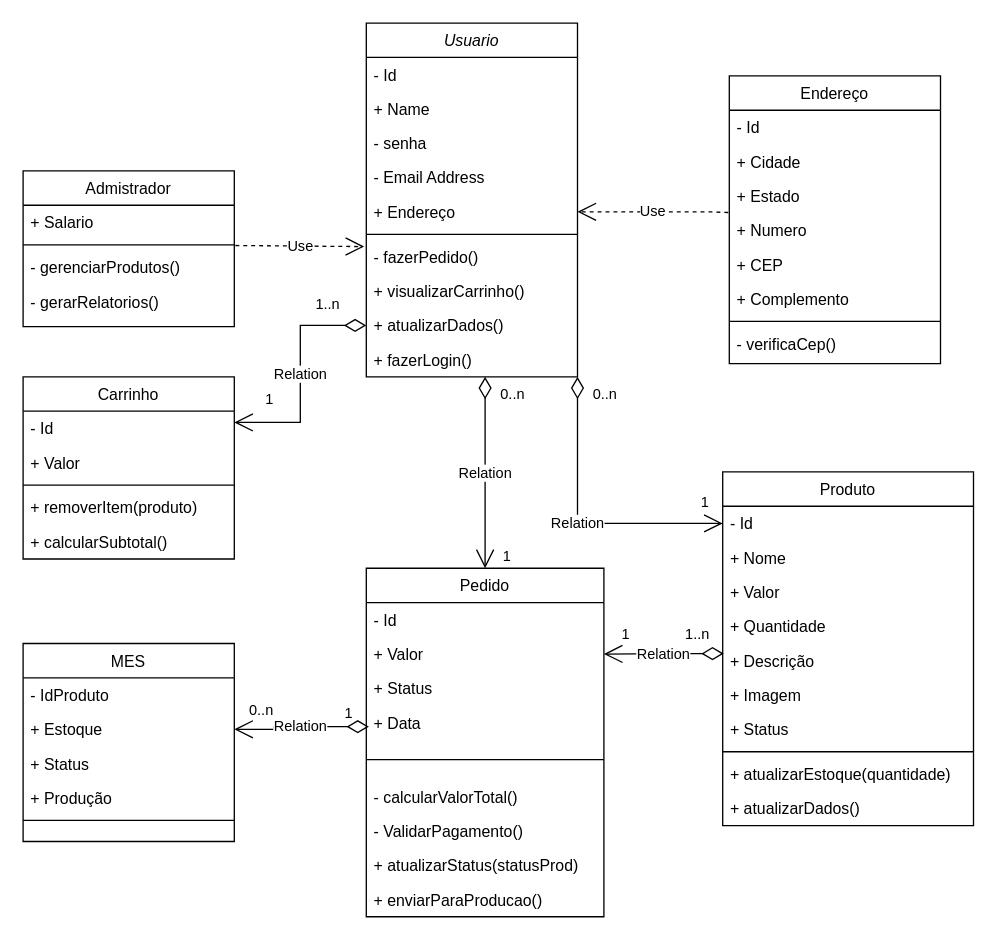
This is Diagrama de classe.drawio from Akil23-alt/Diagrama-de-classe, a draw.io file, before an edit. Source tidied: cells renumbered, new cells numbered last; positions are measured from the earlier drawing's top-left corner, leaving out a move shared by most shapes. Both pictures are drawn from the tidied source at 132%, with x=0, y=0 at pixel (22, 22).
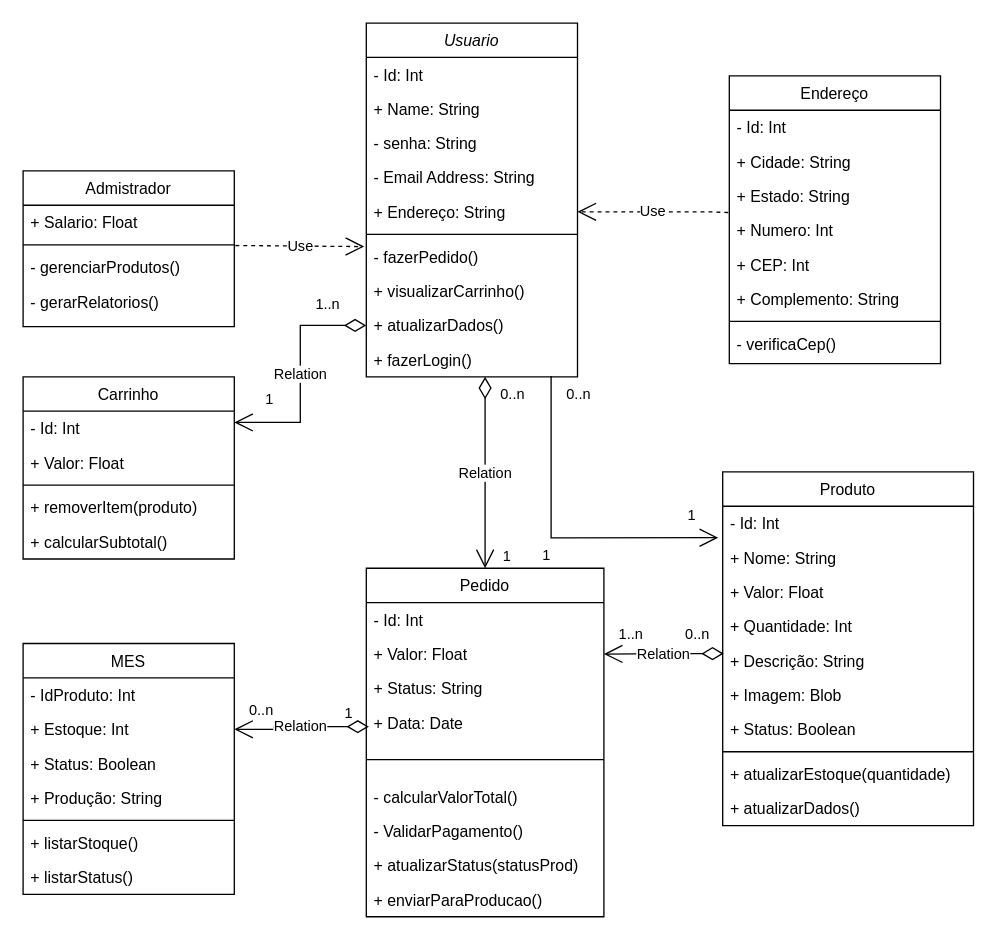
Above is the later version.

Unchanged cells that the change refers to:
```xml
<mxCell id="2" value="Usuario" style="swimlane;fontStyle=2;align=center;verticalAlign=top;horizontal=1;startSize=26;rounded=0;shadow=0;strokeWidth=1;" parent="1" vertex="1">
  <mxGeometry x="260" width="160" height="268" as="geometry" />
</mxCell>
<mxCell id="12" value="+ fazerLogin()" style="text;align=left;verticalAlign=top;spacingLeft=4;spacingRight=4;overflow=hidden;points=[[0,0.5],[1,0.5]];portConstraint=eastwest;" parent="2" vertex="1">
  <mxGeometry y="242" width="160" height="26" as="geometry" />
</mxCell>
<mxCell id="13" value="Endereço" style="swimlane;fontStyle=0;align=center;verticalAlign=top;horizontal=1;startSize=26;rounded=0;shadow=0;strokeWidth=1;" parent="1" vertex="1">
  <mxGeometry x="535" y="40" width="160" height="218" as="geometry" />
</mxCell>
<mxCell id="22" value="Admistrador" style="swimlane;fontStyle=0;align=center;verticalAlign=top;horizontal=1;startSize=26;rounded=0;shadow=0;strokeWidth=1;" parent="1" vertex="1">
  <mxGeometry y="112" width="160" height="118" as="geometry" />
</mxCell>
<mxCell id="27" value="Produto" style="swimlane;fontStyle=0;align=center;verticalAlign=top;horizontal=1;startSize=26;rounded=0;shadow=0;strokeWidth=1;" parent="1" vertex="1">
  <mxGeometry x="530" y="340" width="190" height="268" as="geometry" />
</mxCell>
<mxCell id="38" value="Carrinho" style="swimlane;fontStyle=0;align=center;verticalAlign=top;horizontal=1;startSize=26;rounded=0;shadow=0;strokeWidth=1;" parent="1" vertex="1">
  <mxGeometry y="268" width="160" height="138" as="geometry" />
</mxCell>
<mxCell id="50" value="Pedido" style="swimlane;fontStyle=0;align=center;verticalAlign=top;horizontal=1;startSize=26;rounded=0;shadow=0;strokeWidth=1;" parent="1" vertex="1">
  <mxGeometry x="260" y="413" width="180" height="264" as="geometry" />
</mxCell>
<mxCell id="74" value="Relation" style="endArrow=open;html=1;endSize=12;startArrow=diamondThin;startSize=14;startFill=0;edgeStyle=orthogonalEdgeStyle;rounded=0;entryX=1;entryY=0.5;entryDx=0;entryDy=0;exitX=0.004;exitY=0.295;exitDx=0;exitDy=0;exitPerimeter=0;" parent="1" edge="1" source="32" target="52">
  <mxGeometry relative="1" as="geometry" />
</mxCell>
```

What changed in the source:
```diff
@@
-    <mxCell id="3" value="- Id" style="text;align=left;verticalAlign=top;spacingLeft=4;spacingRight=4;overflow=hidden;rounded=0;shadow=0;html=0;" parent="2" vertex="1">
+    <mxCell id="3" value="- Id: Int" style="text;align=left;verticalAlign=top;spacingLeft=4;spacingRight=4;overflow=hidden;rounded=0;shadow=0;html=0;" parent="2" vertex="1">
       <mxGeometry y="26" width="160" height="26" as="geometry" />
     </mxCell>
-    <mxCell id="4" value="+ Name" style="text;align=left;verticalAlign=top;spacingLeft=4;spacingRight=4;overflow=hidden;" parent="2" vertex="1">
+    <mxCell id="4" value="+ Name: String" style="text;align=left;verticalAlign=top;spacingLeft=4;spacingRight=4;overflow=hidden;" parent="2" vertex="1">
       <mxGeometry y="52" width="160" height="26" as="geometry" />
     </mxCell>
-    <mxCell id="5" value="- senha" style="text;align=left;verticalAlign=top;spacingLeft=4;spacingRight=4;overflow=hidden;rounded=0;shadow=0;html=0;" parent="2" vertex="1">
+    <mxCell id="5" value="- senha: String" style="text;align=left;verticalAlign=top;spacingLeft=4;spacingRight=4;overflow=hidden;rounded=0;shadow=0;html=0;" parent="2" vertex="1">
       <mxGeometry y="78" width="160" height="26" as="geometry" />
     </mxCell>
-    <mxCell id="6" value="- Email Address" style="text;align=left;verticalAlign=top;spacingLeft=4;spacingRight=4;overflow=hidden;rounded=0;shadow=0;html=0;" parent="2" vertex="1">
+    <mxCell id="6" value="- Email Address: String" style="text;align=left;verticalAlign=top;spacingLeft=4;spacingRight=4;overflow=hidden;rounded=0;shadow=0;html=0;" parent="2" vertex="1">
       <mxGeometry y="104" width="160" height="26" as="geometry" />
     </mxCell>
-    <mxCell id="7" value="+ Endereço" style="text;align=left;verticalAlign=top;spacingLeft=4;spacingRight=4;overflow=hidden;points=[[0,0.5],[1,0.5]];portConstraint=eastwest;rounded=0;shadow=0;html=0;" parent="2" vertex="1">
+    <mxCell id="7" value="+ Endereço: String" style="text;align=left;verticalAlign=top;spacingLeft=4;spacingRight=4;overflow=hidden;points=[[0,0.5],[1,0.5]];portConstraint=eastwest;rounded=0;shadow=0;html=0;" parent="2" vertex="1">
       <mxGeometry y="130" width="160" height="26" as="geometry" />
     </mxCell>
@@
-    <mxCell id="14" value="- Id" style="text;align=left;verticalAlign=top;spacingLeft=4;spacingRight=4;overflow=hidden;rounded=0;shadow=0;html=0;" parent="13" vertex="1">
+    <mxCell id="14" value="- Id: Int" style="text;align=left;verticalAlign=top;spacingLeft=4;spacingRight=4;overflow=hidden;rounded=0;shadow=0;html=0;" parent="13" vertex="1">
       <mxGeometry y="26" width="160" height="26" as="geometry" />
     </mxCell>
-    <mxCell id="15" value="+ Cidade" style="text;align=left;verticalAlign=top;spacingLeft=4;spacingRight=4;overflow=hidden;rounded=0;shadow=0;html=0;" parent="13" vertex="1">
+    <mxCell id="15" value="+ Cidade: String" style="text;align=left;verticalAlign=top;spacingLeft=4;spacingRight=4;overflow=hidden;rounded=0;shadow=0;html=0;" parent="13" vertex="1">
       <mxGeometry y="52" width="160" height="26" as="geometry" />
     </mxCell>
-    <mxCell id="16" value="+ Estado" style="text;align=left;verticalAlign=top;spacingLeft=4;spacingRight=4;overflow=hidden;rounded=0;shadow=0;html=0;" parent="13" vertex="1">
+    <mxCell id="16" value="+ Estado: String" style="text;align=left;verticalAlign=top;spacingLeft=4;spacingRight=4;overflow=hidden;rounded=0;shadow=0;html=0;" parent="13" vertex="1">
       <mxGeometry y="78" width="160" height="26" as="geometry" />
     </mxCell>
-    <mxCell id="17" value="+ Numero" style="text;align=left;verticalAlign=top;spacingLeft=4;spacingRight=4;overflow=hidden;points=[[0,0.5],[1,0.5]];portConstraint=eastwest;rounded=0;shadow=0;html=0;" parent="13" vertex="1">
+    <mxCell id="17" value="+ Numero: Int" style="text;align=left;verticalAlign=top;spacingLeft=4;spacingRight=4;overflow=hidden;points=[[0,0.5],[1,0.5]];portConstraint=eastwest;rounded=0;shadow=0;html=0;" parent="13" vertex="1">
       <mxGeometry y="104" width="160" height="26" as="geometry" />
     </mxCell>
-    <mxCell id="18" value="+ CEP" style="text;align=left;verticalAlign=top;spacingLeft=4;spacingRight=4;overflow=hidden;" parent="13" vertex="1">
+    <mxCell id="18" value="+ CEP: Int" style="text;align=left;verticalAlign=top;spacingLeft=4;spacingRight=4;overflow=hidden;" parent="13" vertex="1">
       <mxGeometry y="130" width="160" height="26" as="geometry" />
     </mxCell>
-    <mxCell id="19" value="+ Complemento" style="text;align=left;verticalAlign=top;spacingLeft=4;spacingRight=4;overflow=hidden;rounded=0;shadow=0;html=0;" parent="13" vertex="1">
+    <mxCell id="19" value="+ Complemento: String" style="text;align=left;verticalAlign=top;spacingLeft=4;spacingRight=4;overflow=hidden;rounded=0;shadow=0;html=0;" parent="13" vertex="1">
       <mxGeometry y="156" width="160" height="26" as="geometry" />
     </mxCell>
@@
-    <mxCell id="23" value="+ Salario" style="text;align=left;verticalAlign=top;spacingLeft=4;spacingRight=4;overflow=hidden;" parent="22" vertex="1">
+    <mxCell id="23" value="+ Salario: Float" style="text;align=left;verticalAlign=top;spacingLeft=4;spacingRight=4;overflow=hidden;" parent="22" vertex="1">
       <mxGeometry y="26" width="160" height="26" as="geometry" />
     </mxCell>
@@
-    <mxCell id="28" value="- Id" style="text;align=left;verticalAlign=top;spacingLeft=4;spacingRight=4;overflow=hidden;points=[[0,0.5],[1,0.5]];portConstraint=eastwest;rounded=0;shadow=0;html=0;" parent="27" vertex="1">
+    <mxCell id="28" value="- Id: Int" style="text;align=left;verticalAlign=top;spacingLeft=4;spacingRight=4;overflow=hidden;points=[[0,0.5],[1,0.5]];portConstraint=eastwest;rounded=0;shadow=0;html=0;" parent="27" vertex="1">
       <mxGeometry y="26" width="190" height="26" as="geometry" />
     </mxCell>
-    <mxCell id="29" value="+ Nome" style="text;align=left;verticalAlign=top;spacingLeft=4;spacingRight=4;overflow=hidden;" parent="27" vertex="1">
+    <mxCell id="29" value="+ Nome: String" style="text;align=left;verticalAlign=top;spacingLeft=4;spacingRight=4;overflow=hidden;" parent="27" vertex="1">
       <mxGeometry y="52" width="190" height="26" as="geometry" />
     </mxCell>
-    <mxCell id="30" value="+ Valor" style="text;align=left;verticalAlign=top;spacingLeft=4;spacingRight=4;overflow=hidden;rounded=0;shadow=0;html=0;" parent="27" vertex="1">
+    <mxCell id="30" value="+ Valor: Float" style="text;align=left;verticalAlign=top;spacingLeft=4;spacingRight=4;overflow=hidden;rounded=0;shadow=0;html=0;" parent="27" vertex="1">
       <mxGeometry y="78" width="190" height="26" as="geometry" />
     </mxCell>
-    <mxCell id="31" value="+ Quantidade" style="text;align=left;verticalAlign=top;spacingLeft=4;spacingRight=4;overflow=hidden;rounded=0;shadow=0;html=0;" parent="27" vertex="1">
+    <mxCell id="31" value="+ Quantidade: Int" style="text;align=left;verticalAlign=top;spacingLeft=4;spacingRight=4;overflow=hidden;rounded=0;shadow=0;html=0;" parent="27" vertex="1">
       <mxGeometry y="104" width="190" height="26" as="geometry" />
     </mxCell>
-    <mxCell id="32" value="+ Descrição" style="text;align=left;verticalAlign=top;spacingLeft=4;spacingRight=4;overflow=hidden;points=[[0,0.5],[1,0.5]];portConstraint=eastwest;rounded=0;shadow=0;html=0;" parent="27" vertex="1">
+    <mxCell id="32" value="+ Descrição: String" style="text;align=left;verticalAlign=top;spacingLeft=4;spacingRight=4;overflow=hidden;points=[[0,0.5],[1,0.5]];portConstraint=eastwest;rounded=0;shadow=0;html=0;" parent="27" vertex="1">
       <mxGeometry y="130" width="190" height="26" as="geometry" />
     </mxCell>
-    <mxCell id="33" value="+ Imagem" style="text;align=left;verticalAlign=top;spacingLeft=4;spacingRight=4;overflow=hidden;rounded=0;shadow=0;html=0;" parent="27" vertex="1">
+    <mxCell id="33" value="+ Imagem: Blob" style="text;align=left;verticalAlign=top;spacingLeft=4;spacingRight=4;overflow=hidden;rounded=0;shadow=0;html=0;" parent="27" vertex="1">
       <mxGeometry y="156" width="190" height="26" as="geometry" />
     </mxCell>
-    <mxCell id="34" value="+ Status" style="text;align=left;verticalAlign=top;spacingLeft=4;spacingRight=4;overflow=hidden;rounded=0;shadow=0;html=0;" parent="27" vertex="1">
+    <mxCell id="34" value="+ Status: Boolean" style="text;align=left;verticalAlign=top;spacingLeft=4;spacingRight=4;overflow=hidden;rounded=0;shadow=0;html=0;" parent="27" vertex="1">
       <mxGeometry y="182" width="190" height="26" as="geometry" />
     </mxCell>
@@
-    <mxCell id="39" value="- Id" style="text;align=left;verticalAlign=top;spacingLeft=4;spacingRight=4;overflow=hidden;rounded=0;shadow=0;html=0;" parent="38" vertex="1">
+    <mxCell id="39" value="- Id: Int" style="text;align=left;verticalAlign=top;spacingLeft=4;spacingRight=4;overflow=hidden;rounded=0;shadow=0;html=0;" parent="38" vertex="1">
       <mxGeometry y="26" width="160" height="26" as="geometry" />
     </mxCell>
-    <mxCell id="40" value="+ Valor" style="text;align=left;verticalAlign=top;spacingLeft=4;spacingRight=4;overflow=hidden;rounded=0;shadow=0;html=0;" parent="38" vertex="1">
+    <mxCell id="40" value="+ Valor: Float" style="text;align=left;verticalAlign=top;spacingLeft=4;spacingRight=4;overflow=hidden;rounded=0;shadow=0;html=0;" parent="38" vertex="1">
       <mxGeometry y="52" width="160" height="26" as="geometry" />
     </mxCell>
@@
     <mxCell id="44" value="MES" style="swimlane;fontStyle=0;align=center;verticalAlign=top;horizontal=1;startSize=26;rounded=0;shadow=0;strokeWidth=1;" parent="1" vertex="1">
-      <mxGeometry y="470" width="160" height="150" as="geometry" />
+      <mxGeometry y="470" width="160" height="190" as="geometry" />
     </mxCell>
-    <mxCell id="45" value="- IdProduto" style="text;align=left;verticalAlign=top;spacingLeft=4;spacingRight=4;overflow=hidden;rounded=0;shadow=0;html=0;" parent="44" vertex="1">
+    <mxCell id="45" value="- IdProduto: Int" style="text;align=left;verticalAlign=top;spacingLeft=4;spacingRight=4;overflow=hidden;rounded=0;shadow=0;html=0;" parent="44" vertex="1">
       <mxGeometry y="26" width="160" height="26" as="geometry" />
     </mxCell>
-    <mxCell id="46" value="+ Estoque" style="text;align=left;verticalAlign=top;spacingLeft=4;spacingRight=4;overflow=hidden;points=[[0,0.5],[1,0.5]];portConstraint=eastwest;rounded=0;shadow=0;html=0;" parent="44" vertex="1">
+    <mxCell id="46" value="+ Estoque: Int" style="text;align=left;verticalAlign=top;spacingLeft=4;spacingRight=4;overflow=hidden;points=[[0,0.5],[1,0.5]];portConstraint=eastwest;rounded=0;shadow=0;html=0;" parent="44" vertex="1">
       <mxGeometry y="52" width="160" height="26" as="geometry" />
     </mxCell>
-    <mxCell id="47" value="+ Status" style="text;align=left;verticalAlign=top;spacingLeft=4;spacingRight=4;overflow=hidden;rounded=0;shadow=0;html=0;" parent="44" vertex="1">
+    <mxCell id="47" value="+ Status: Boolean" style="text;align=left;verticalAlign=top;spacingLeft=4;spacingRight=4;overflow=hidden;rounded=0;shadow=0;html=0;" parent="44" vertex="1">
       <mxGeometry y="78" width="160" height="26" as="geometry" />
     </mxCell>
-    <mxCell id="48" value="+ Produção" style="text;align=left;verticalAlign=top;spacingLeft=4;spacingRight=4;overflow=hidden;" parent="44" vertex="1">
+    <mxCell id="48" value="+ Produção: String" style="text;align=left;verticalAlign=top;spacingLeft=4;spacingRight=4;overflow=hidden;" parent="44" vertex="1">
       <mxGeometry y="104" width="160" height="26" as="geometry" />
     </mxCell>
@@
+    <mxCell id="77" value="+ listarStoque()" style="text;align=left;verticalAlign=top;spacingLeft=4;spacingRight=4;overflow=hidden;rounded=0;shadow=0;html=0;" parent="44" vertex="1">
+      <mxGeometry y="138" width="160" height="26" as="geometry" />
+    </mxCell>
+    <mxCell id="78" value="+ listarStatus()" style="text;align=left;verticalAlign=top;spacingLeft=4;spacingRight=4;overflow=hidden;rounded=0;shadow=0;html=0;" parent="44" vertex="1">
+      <mxGeometry y="164" width="160" height="26" as="geometry" />
+    </mxCell>
@@
-    <mxCell id="51" value="- Id" style="text;align=left;verticalAlign=top;spacingLeft=4;spacingRight=4;overflow=hidden;rounded=0;shadow=0;html=0;" parent="50" vertex="1">
+    <mxCell id="51" value="- Id: Int" style="text;align=left;verticalAlign=top;spacingLeft=4;spacingRight=4;overflow=hidden;rounded=0;shadow=0;html=0;" parent="50" vertex="1">
       <mxGeometry y="26" width="180" height="26" as="geometry" />
     </mxCell>
-    <mxCell id="52" value="+ Valor" style="text;align=left;verticalAlign=top;spacingLeft=4;spacingRight=4;overflow=hidden;points=[[0,0.5],[1,0.5]];portConstraint=eastwest;rounded=0;shadow=0;html=0;" parent="50" vertex="1">
+    <mxCell id="52" value="+ Valor: Float" style="text;align=left;verticalAlign=top;spacingLeft=4;spacingRight=4;overflow=hidden;points=[[0,0.5],[1,0.5]];portConstraint=eastwest;rounded=0;shadow=0;html=0;" parent="50" vertex="1">
       <mxGeometry y="52" width="180" height="26" as="geometry" />
     </mxCell>
-    <mxCell id="53" value="+ Status" style="text;align=left;verticalAlign=top;spacingLeft=4;spacingRight=4;overflow=hidden;rounded=0;shadow=0;html=0;" parent="50" vertex="1">
+    <mxCell id="53" value="+ Status: String" style="text;align=left;verticalAlign=top;spacingLeft=4;spacingRight=4;overflow=hidden;rounded=0;shadow=0;html=0;" parent="50" vertex="1">
       <mxGeometry y="78" width="180" height="26" as="geometry" />
     </mxCell>
-    <mxCell id="54" value="+ Data" style="text;align=left;verticalAlign=top;spacingLeft=4;spacingRight=4;overflow=hidden;rounded=0;shadow=0;html=0;" parent="50" vertex="1">
+    <mxCell id="54" value="+ Data: Date" style="text;align=left;verticalAlign=top;spacingLeft=4;spacingRight=4;overflow=hidden;rounded=0;shadow=0;html=0;" parent="50" vertex="1">
       <mxGeometry y="104" width="180" height="26" as="geometry" />
     </mxCell>
@@
-    <mxCell id="63" value="Relation" style="endArrow=open;html=1;endSize=12;startArrow=diamondThin;startSize=14;startFill=0;edgeStyle=orthogonalEdgeStyle;rounded=0;entryX=0;entryY=0.5;entryDx=0;entryDy=0;exitX=1;exitY=1;exitDx=0;exitDy=0;" parent="1" edge="1" source="2" target="28">
-      <mxGeometry relative="1" as="geometry" />
-    </mxCell>
-    <mxCell id="64" value="0..n" style="edgeLabel;html=1;align=left;verticalAlign=top;" parent="63" vertex="1">
-      <mxGeometry x="-1" relative="1" as="geometry">
-        <mxPoint x="10" as="offset" />
-      </mxGeometry>
-    </mxCell>
-    <mxCell id="65" value="1" style="edgeLabel;html=1;align=right;verticalAlign=top;" parent="63" vertex="1">
-      <mxGeometry x="1" relative="1" as="geometry">
-        <mxPoint x="-10" y="-29" as="offset" />
-      </mxGeometry>
-    </mxCell>
@@
-    <mxCell id="75" value="1..n" style="edgeLabel;html=1;align=left;verticalAlign=top;" parent="74" vertex="1">
+    <mxCell id="75" value="0..n" style="edgeLabel;html=1;align=left;verticalAlign=top;" parent="74" vertex="1">
       <mxGeometry x="-1" relative="1" as="geometry">
         <mxPoint x="-31" y="-28" as="offset" />
       </mxGeometry>
     </mxCell>
-    <mxCell id="76" value="1" style="edgeLabel;html=1;align=right;verticalAlign=top;" parent="74" vertex="1">
+    <mxCell id="76" value="&lt;span style=&quot;text-align: left;&quot;&gt;1..n&lt;/span&gt;" style="edgeLabel;html=1;align=right;verticalAlign=top;" parent="74" vertex="1">
       <mxGeometry x="1" relative="1" as="geometry">
-        <mxPoint x="20" y="-28" as="offset" />
+        <mxPoint x="30" y="-28" as="offset" />
       </mxGeometry>
     </mxCell>
+    <mxCell id="79" value="1" style="edgeLabel;html=1;align=right;verticalAlign=top;" parent="1" vertex="1">
+      <mxGeometry x="510" y="360" as="geometry" />
+    </mxCell>
+    <mxCell id="64" value="0..n" style="edgeLabel;html=1;align=left;verticalAlign=top;" parent="1" vertex="1">
+      <mxGeometry x="410" y="268" as="geometry" />
+    </mxCell>
+    <mxCell id="80" value="1" style="edgeLabel;html=1;align=right;verticalAlign=top;" parent="1" vertex="1">
+      <mxGeometry x="400" y="390" as="geometry" />
+    </mxCell>
+    <mxCell id="81" style="endArrow=open;endFill=1;endSize=12;html=1;rounded=0;exitX=0.875;exitY=0.974;exitDx=0;exitDy=0;exitPerimeter=0;entryX=-0.018;entryY=0.917;entryDx=0;entryDy=0;entryPerimeter=0;" parent="1" edge="1" source="12" target="28">
+      <mxGeometry relative="1" as="geometry">
+        <Array as="points">
+          <mxPoint x="400" y="390" />
+        </Array>
+      </mxGeometry>
+    </mxCell>
```
